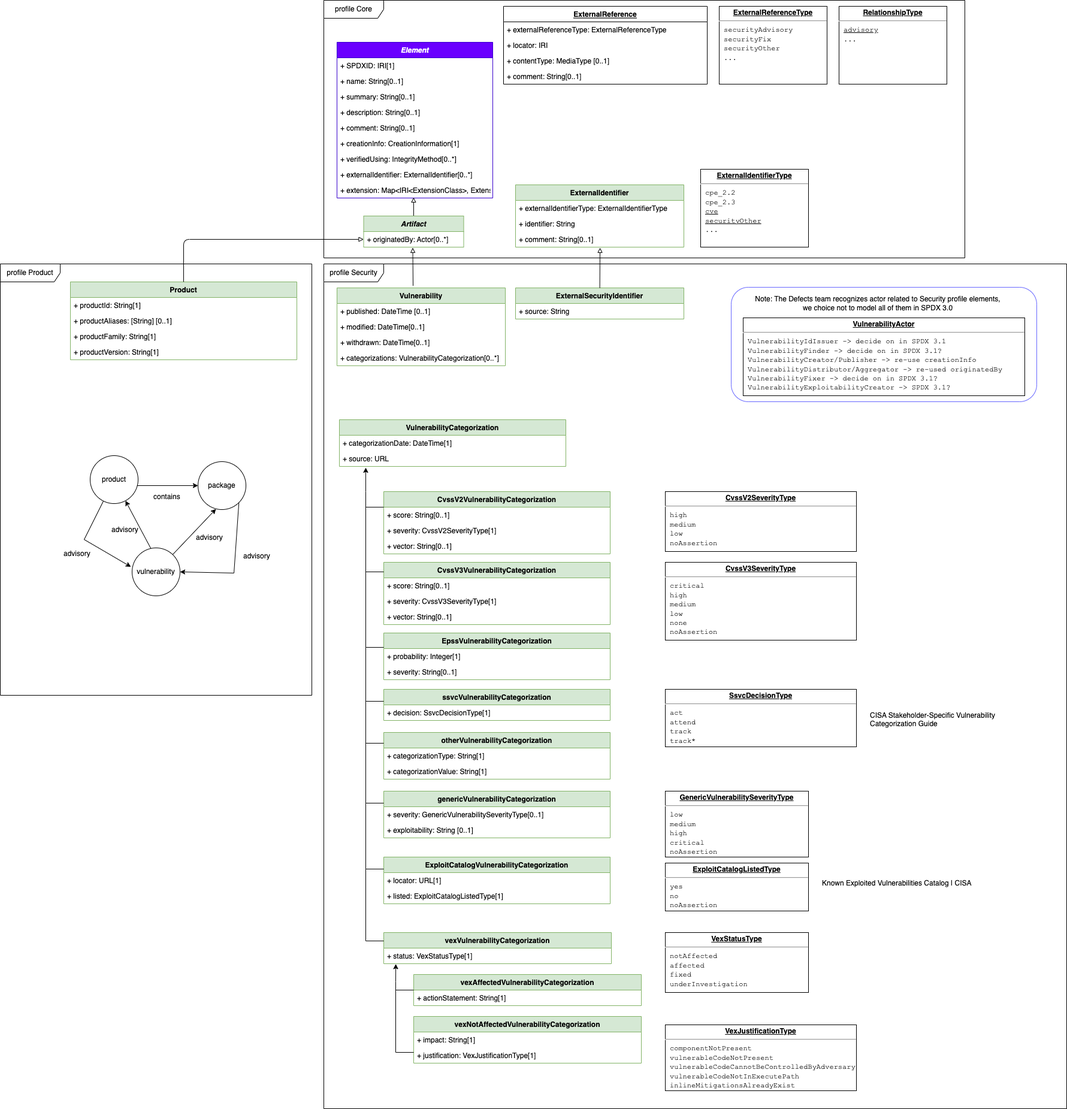
This is security-profile/security-profile.png from spdx/spdx-3-model, a draw.io export, as it was before one commit. Source tidied: cells renumbered, new cells last; positions are measured from the earlier drawing's top-left corner, leaving out a move shared by most shapes.
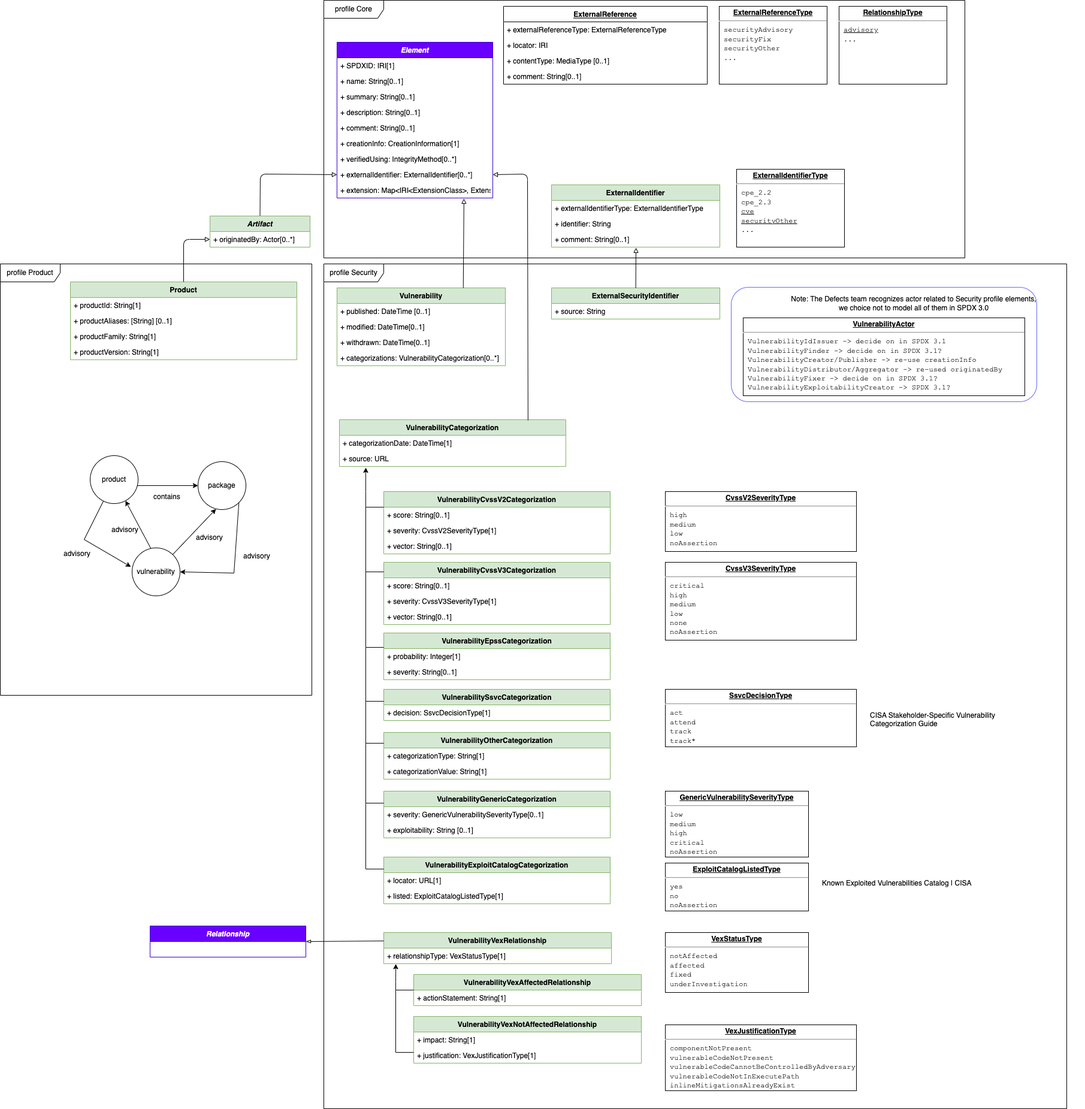
The same diagram one commit later.

Commit message:
Defects Meeting 2023-01-18

Diff of the diagram source:
```diff
@@ -16,6 +16,6 @@
     </mxCell>
-    <mxCell id="6" value="vexVulnerabilityCategorization" style="swimlane;fontStyle=1;horizontal=1;startSize=26;fillColor=#d5e8d4;strokeColor=#82b366;" parent="1" vertex="1">
+    <mxCell id="6" value="VulnerabilityVexRelationship" style="swimlane;fontStyle=1;horizontal=1;startSize=26;fillColor=#d5e8d4;strokeColor=#82b366;" parent="1" vertex="1">
       <mxGeometry x="640" y="1556" width="380" height="52" as="geometry" />
     </mxCell>
-    <mxCell id="7" value="+ status: VexStatusType[1]&#10;&#10;" style="text;strokeColor=none;fillColor=none;align=left;verticalAlign=top;spacingLeft=4;spacingRight=4;overflow=hidden;points=[[0,0.5],[1,0.5]];portConstraint=eastwest;" parent="6" vertex="1">
+    <mxCell id="7" value="+ relationshipType: VexStatusType[1]&#10;&#10;" style="text;strokeColor=none;fillColor=none;align=left;verticalAlign=top;spacingLeft=4;spacingRight=4;overflow=hidden;points=[[0,0.5],[1,0.5]];portConstraint=eastwest;" parent="6" vertex="1">
       <mxGeometry y="26" width="380" height="26" as="geometry" />
@@ -91,7 +91,11 @@
     </mxCell>
-    <mxCell id="31" style="endArrow=block;endSize=6;endFill=0;html=1;entryX=0.492;entryY=0.962;entryDx=0;entryDy=0;entryPerimeter=0;exitX=0.5;exitY=0;exitDx=0;exitDy=0;" parent="1" edge="1" source="32" target="28">
-      <mxGeometry relative="1" as="geometry" />
+    <mxCell id="31" style="endArrow=block;endSize=6;endFill=0;html=1;exitX=0.5;exitY=0;exitDx=0;exitDy=0;entryX=0;entryY=0.5;entryDx=0;entryDy=0;" parent="1" edge="1" source="32" target="27">
+      <mxGeometry relative="1" as="geometry">
+        <Array as="points">
+          <mxPoint x="434" y="290" />
+        </Array>
+      </mxGeometry>
     </mxCell>
     <mxCell id="32" value="Artifact" style="swimlane;fontStyle=3;horizontal=1;startSize=26;fillColor=#d5e8d4;strokeColor=#82b366;" parent="1" vertex="1">
-      <mxGeometry x="606.5" y="360" width="167" height="52" as="geometry" />
+      <mxGeometry x="350" y="360" width="167" height="52" as="geometry" />
     </mxCell>
@@ -100,3 +104,3 @@
     </mxCell>
-    <mxCell id="34" style="endArrow=block;endSize=6;endFill=0;html=1;entryX=0.491;entryY=1.038;entryDx=0;entryDy=0;entryPerimeter=0;exitX=0.452;exitY=-0.027;exitDx=0;exitDy=0;exitPerimeter=0;" parent="1" edge="1" source="8" target="33">
+    <mxCell id="34" style="endArrow=block;endSize=6;endFill=0;html=1;entryX=0.815;entryY=1.038;entryDx=0;entryDy=0;entryPerimeter=0;exitX=0.75;exitY=0;exitDx=0;exitDy=0;" parent="1" edge="1" source="8" target="28">
       <mxGeometry relative="1" as="geometry" />
@@ -118,3 +122,3 @@
     </mxCell>
-    <mxCell id="40" value="CvssV2VulnerabilityCategorization" style="swimlane;fontStyle=1;horizontal=1;startSize=26;fillColor=#d5e8d4;strokeColor=#82b366;" parent="1" vertex="1">
+    <mxCell id="40" value="VulnerabilityCvssV2Categorization" style="swimlane;fontStyle=1;horizontal=1;startSize=26;fillColor=#d5e8d4;strokeColor=#82b366;" parent="1" vertex="1">
       <mxGeometry x="640" y="820" width="378" height="104" as="geometry" />
@@ -130,3 +134,3 @@
     </mxCell>
-    <mxCell id="44" value="CvssV3VulnerabilityCategorization" style="swimlane;fontStyle=1;horizontal=1;startSize=26;fillColor=#d5e8d4;strokeColor=#82b366;" parent="1" vertex="1">
+    <mxCell id="44" value="VulnerabilityCvssV3Categorization" style="swimlane;fontStyle=1;horizontal=1;startSize=26;fillColor=#d5e8d4;strokeColor=#82b366;" parent="1" vertex="1">
       <mxGeometry x="640" y="938" width="378" height="104" as="geometry" />
@@ -142,3 +146,3 @@
     </mxCell>
-    <mxCell id="48" value="EpssVulnerabilityCategorization" style="swimlane;fontStyle=1;horizontal=1;startSize=26;fillColor=#d5e8d4;strokeColor=#82b366;" parent="1" vertex="1">
+    <mxCell id="48" value="VulnerabilityEpssCategorization" style="swimlane;fontStyle=1;horizontal=1;startSize=26;fillColor=#d5e8d4;strokeColor=#82b366;" parent="1" vertex="1">
       <mxGeometry x="640" y="1056" width="378" height="78" as="geometry" />
@@ -151,3 +155,3 @@
     </mxCell>
-    <mxCell id="51" value="ssvcVulnerabilityCategorization" style="swimlane;fontStyle=1;horizontal=1;startSize=26;fillColor=#d5e8d4;strokeColor=#82b366;" parent="1" vertex="1">
+    <mxCell id="51" value="VulnerabilitySsvcCategorization" style="swimlane;fontStyle=1;horizontal=1;startSize=26;fillColor=#d5e8d4;strokeColor=#82b366;" parent="1" vertex="1">
       <mxGeometry x="640" y="1150" width="378" height="52" as="geometry" />
@@ -160,3 +164,3 @@
     </mxCell>
-    <mxCell id="54" value="otherVulnerabilityCategorization" style="swimlane;fontStyle=1;horizontal=1;startSize=26;fillColor=#d5e8d4;strokeColor=#82b366;" parent="1" vertex="1">
+    <mxCell id="54" value="VulnerabilityOtherCategorization" style="swimlane;fontStyle=1;horizontal=1;startSize=26;fillColor=#d5e8d4;strokeColor=#82b366;" parent="1" vertex="1">
       <mxGeometry x="640" y="1222" width="378" height="78" as="geometry" />
@@ -169,3 +173,3 @@
     </mxCell>
-    <mxCell id="57" value="genericVulnerabilityCategorization" style="swimlane;fontStyle=1;horizontal=1;startSize=26;fillColor=#d5e8d4;strokeColor=#82b366;" parent="1" vertex="1">
+    <mxCell id="57" value="VulnerabilityGenericCategorization" style="swimlane;fontStyle=1;horizontal=1;startSize=26;fillColor=#d5e8d4;strokeColor=#82b366;" parent="1" vertex="1">
       <mxGeometry x="640" y="1320" width="378" height="78" as="geometry" />
@@ -181,3 +185,3 @@
     </mxCell>
-    <mxCell id="61" value="ExploitCatalogVulnerabilityCategorization" style="swimlane;fontStyle=1;horizontal=1;startSize=26;fillColor=#d5e8d4;strokeColor=#82b366;" parent="1" vertex="1">
+    <mxCell id="61" value="VulnerabilityExploitCatalogCategorization" style="swimlane;fontStyle=1;horizontal=1;startSize=26;fillColor=#d5e8d4;strokeColor=#82b366;" parent="1" vertex="1">
       <mxGeometry x="640" y="1430" width="378" height="78" as="geometry" />
@@ -190,3 +194,3 @@
     </mxCell>
-    <mxCell id="64" value="vexAffectedVulnerabilityCategorization" style="swimlane;fontStyle=1;horizontal=1;startSize=26;fillColor=#d5e8d4;strokeColor=#82b366;" parent="1" vertex="1">
+    <mxCell id="64" value="VulnerabilityVexAffectedRelationship" style="swimlane;fontStyle=1;horizontal=1;startSize=26;fillColor=#d5e8d4;strokeColor=#82b366;" parent="1" vertex="1">
       <mxGeometry x="690" y="1626" width="380" height="52" as="geometry" />
@@ -196,3 +200,3 @@
     </mxCell>
-    <mxCell id="66" value="vexNotAffectedVulnerabilityCategorization" style="swimlane;fontStyle=1;horizontal=1;startSize=26;fillColor=#d5e8d4;strokeColor=#82b366;" parent="1" vertex="1">
+    <mxCell id="66" value="VulnerabilityVexNotAffectedRelationship" style="swimlane;fontStyle=1;horizontal=1;startSize=26;fillColor=#d5e8d4;strokeColor=#82b366;" parent="1" vertex="1">
       <mxGeometry x="690" y="1696" width="380" height="78" as="geometry" />
@@ -342,9 +346,5 @@
     </mxCell>
-    <mxCell id="95" style="endArrow=none;html=1;rounded=0;exitX=0;exitY=0.385;exitDx=0;exitDy=0;exitPerimeter=0;" parent="1" edge="1">
+    <mxCell id="95" style="endArrow=blockThin;html=1;rounded=0;exitX=0;exitY=0.385;exitDx=0;exitDy=0;exitPerimeter=0;entryX=1;entryY=0.5;entryDx=0;entryDy=0;endFill=0;" parent="1" edge="1" target="113">
       <mxGeometry x="-0.61" y="116" relative="1" as="geometry">
         <mxPoint x="640" y="1570" as="sourcePoint" />
-        <mxPoint x="610" y="1450" as="targetPoint" />
-        <Array as="points">
-          <mxPoint x="610" y="1570" />
-        </Array>
         <mxPoint x="106" y="116" as="offset" />
@@ -383,6 +383,6 @@
     <mxCell id="102" value="Note: The Defects team recognizes actor related to Security profile elements,&lt;br&gt;we choice not to model all of them in SPDX 3.0" style="text;html=1;strokeColor=none;fillColor=none;align=center;verticalAlign=middle;whiteSpace=wrap;rounded=0;" parent="1" vertex="1">
-      <mxGeometry x="1180" y="460" width="570" height="92" as="geometry" />
+      <mxGeometry x="1240" y="460" width="570" height="92" as="geometry" />
     </mxCell>
     <mxCell id="103" value="&lt;p style=&quot;margin: 0px ; margin-top: 4px ; text-align: center ; text-decoration: underline&quot;&gt;&lt;b&gt;ExternalIdentifierType&lt;/b&gt;&lt;/p&gt;&lt;hr&gt;&lt;p style=&quot;margin: 0px ; margin-left: 8px&quot;&gt;&lt;font face=&quot;Courier New&quot;&gt;cpe_2.2&lt;/font&gt;&lt;/p&gt;&lt;p style=&quot;margin: 0px ; margin-left: 8px&quot;&gt;&lt;font face=&quot;Courier New&quot;&gt;cpe_2.3&lt;/font&gt;&lt;/p&gt;&lt;p style=&quot;margin: 0px ; margin-left: 8px&quot;&gt;&lt;font face=&quot;Courier New&quot;&gt;&lt;u&gt;cve&lt;/u&gt;&lt;/font&gt;&lt;/p&gt;&lt;p style=&quot;margin: 0px ; margin-left: 8px&quot;&gt;&lt;u&gt;&lt;span style=&quot;font-family: &amp;quot;Courier New&amp;quot;; background-color: initial;&quot;&gt;securityOther&lt;/span&gt;&lt;br&gt;&lt;/u&gt;&lt;/p&gt;&lt;p style=&quot;margin: 0px ; margin-left: 8px&quot;&gt;&lt;font face=&quot;Courier New&quot;&gt;...&lt;/font&gt;&lt;/p&gt;&lt;p style=&quot;margin: 0px ; margin-left: 8px&quot;&gt;&lt;br&gt;&lt;/p&gt;" style="verticalAlign=top;align=left;overflow=fill;fontSize=12;fontFamily=Helvetica;html=1;" parent="1" vertex="1">
-      <mxGeometry x="1169" y="282" width="180" height="130" as="geometry" />
+      <mxGeometry x="1229" y="282" width="180" height="130" as="geometry" />
     </mxCell>
@@ -392,3 +392,3 @@
     <mxCell id="105" value="ExternalSecurityIdentifier" style="swimlane;fontStyle=1;horizontal=1;startSize=26;fillColor=#d5e8d4;strokeColor=#82b366;" parent="1" vertex="1">
-      <mxGeometry x="860" y="480" width="281" height="52" as="geometry" />
+      <mxGeometry x="920" y="480" width="281" height="52" as="geometry" />
     </mxCell>
@@ -398,3 +398,3 @@
     <mxCell id="107" value="ExternalIdentifier" style="swimlane;fontStyle=1;horizontal=1;startSize=26;fillColor=#d5e8d4;strokeColor=#82b366;" parent="1" vertex="1">
-      <mxGeometry x="860" y="308" width="281" height="104" as="geometry" />
+      <mxGeometry x="920" y="308" width="281" height="104" as="geometry" />
     </mxCell>
@@ -412,2 +412,12 @@
     </mxCell>
+    <mxCell id="112" style="endArrow=block;endSize=6;endFill=0;html=1;exitX=0.833;exitY=0.013;exitDx=0;exitDy=0;exitPerimeter=0;entryX=1;entryY=0.5;entryDx=0;entryDy=0;" parent="1" edge="1" source="37" target="27">
+      <mxGeometry relative="1" as="geometry">
+        <Array as="points">
+          <mxPoint x="880" y="290" />
+        </Array>
+      </mxGeometry>
+    </mxCell>
+    <mxCell id="113" value="Relationship" style="swimlane;fontStyle=3;horizontal=1;startSize=26;fillColor=#6a00ff;strokeColor=#3700CC;fontColor=#ffffff;" parent="1" vertex="1">
+      <mxGeometry x="250" y="1545" width="260" height="52" as="geometry" />
+    </mxCell>
   </root>
```
